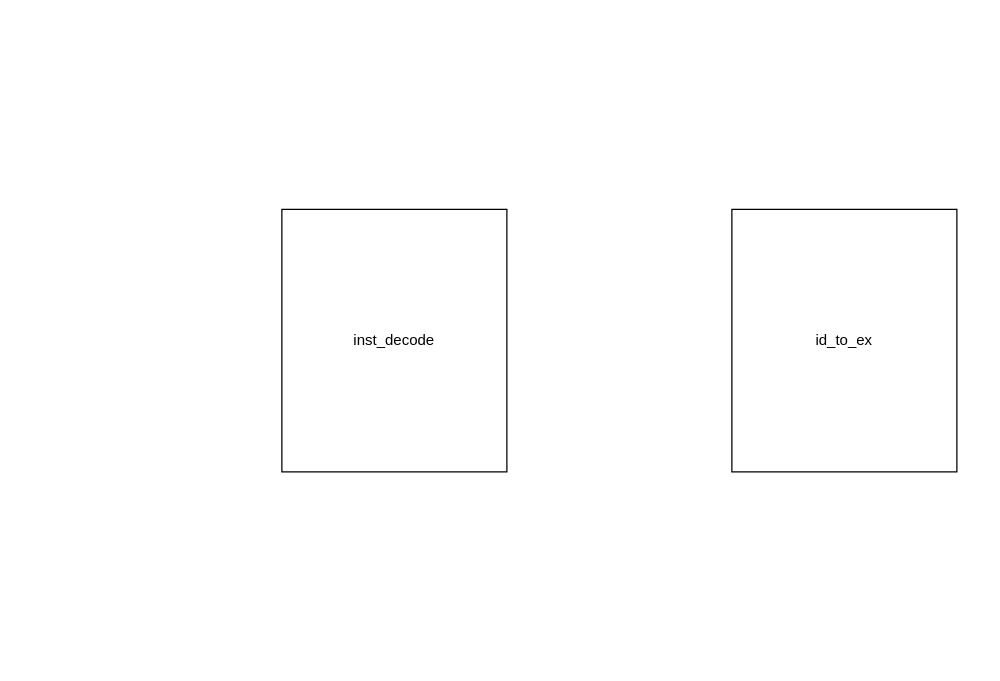
This is pic/id_unit.drawio from wuyannnnnnnn/RiscV, a draw.io file, before an edit. Source tidied: cells renumbered, new cells numbered last; positions are measured from the earlier drawing's top-left corner, leaving out a move shared by most shapes. Both pictures are drawn from the tidied source at 125%, with x=0, y=0 at pixel (281, 209).
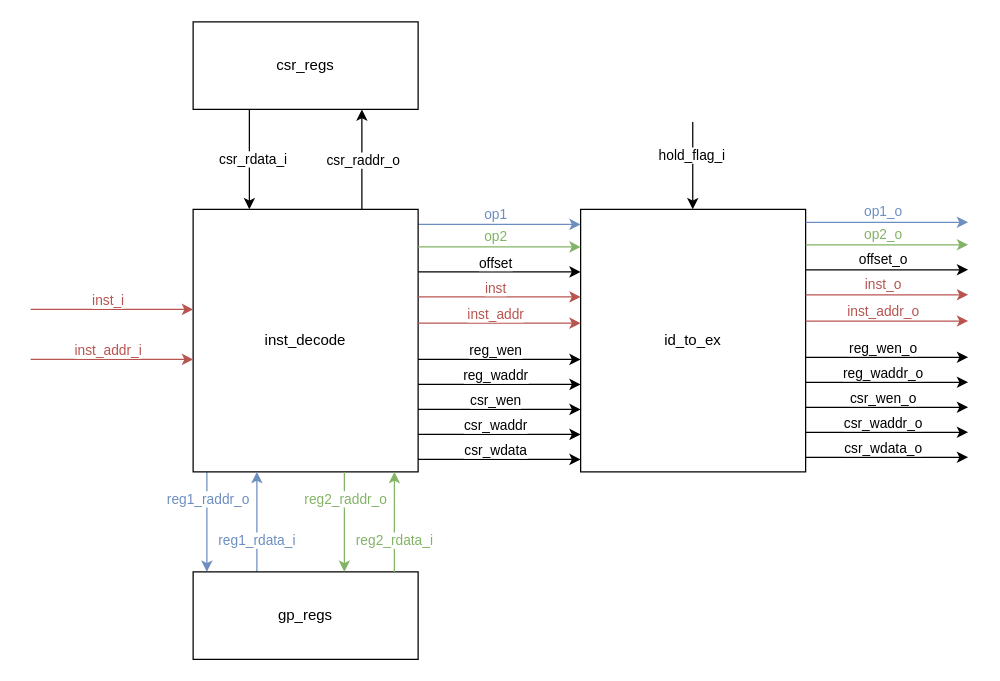
After the change.

Diff of the diagram source:
```diff
@@
+    <mxCell id="4" style="edgeStyle=orthogonalEdgeStyle;rounded=0;orthogonalLoop=1;jettySize=auto;html=1;exitX=0.25;exitY=1;exitDx=0;exitDy=0;entryX=0.25;entryY=0;entryDx=0;entryDy=0;fillColor=#dae8fc;strokeColor=#6c8ebf;fontColor=#6C8EBF;" parent="1" edge="1">
+      <mxGeometry relative="1" as="geometry">
+        <mxPoint x="-60" y="210" as="sourcePoint" />
+        <mxPoint x="-60" y="290" as="targetPoint" />
+      </mxGeometry>
+    </mxCell>
+    <mxCell id="5" value="&lt;font color=&quot;#6c8ebf&quot;&gt;reg1_raddr_o&lt;/font&gt;" style="edgeLabel;html=1;align=center;verticalAlign=middle;" parent="4" vertex="1">
+      <mxGeometry x="-0.06" y="1" relative="1" as="geometry">
+        <mxPoint x="-1" y="-17" as="offset" />
+      </mxGeometry>
+    </mxCell>
+    <mxCell id="6" style="edgeStyle=orthogonalEdgeStyle;rounded=0;jettySize=auto;html=1;exitX=0.75;exitY=0;exitDx=0;exitDy=0;entryX=0.75;entryY=1;entryDx=0;entryDy=0;" parent="1" edge="1" source="2" target="19">
+      <mxGeometry relative="1" as="geometry" />
+    </mxCell>
+    <mxCell id="7" value="csr_raddr_o" style="edgeLabel;html=1;align=center;verticalAlign=middle;" parent="6" vertex="1">
+      <mxGeometry x="-0.08" y="-1" relative="1" as="geometry">
+        <mxPoint x="-1" y="-3" as="offset" />
+      </mxGeometry>
+    </mxCell>
+    <mxCell id="8" style="edgeStyle=orthogonalEdgeStyle;rounded=0;orthogonalLoop=1;jettySize=auto;html=1;exitX=1;exitY=0.5;exitDx=0;exitDy=0;entryX=0;entryY=0.5;entryDx=0;entryDy=0;fillColor=#dae8fc;strokeColor=#6c8ebf;" parent="1" edge="1">
+      <mxGeometry relative="1" as="geometry">
+        <mxPoint x="109" y="12" as="sourcePoint" />
+        <mxPoint x="239" y="12" as="targetPoint" />
+      </mxGeometry>
+    </mxCell>
+    <mxCell id="9" value="&lt;font color=&quot;#6c8ebf&quot;&gt;op1&lt;/font&gt;" style="edgeLabel;html=1;align=center;verticalAlign=middle;" parent="8" vertex="1">
+      <mxGeometry x="0.23" y="2" relative="1" as="geometry">
+        <mxPoint x="-19" y="-7" as="offset" />
+      </mxGeometry>
+    </mxCell>
+    <mxCell id="10" style="edgeStyle=orthogonalEdgeStyle;rounded=0;orthogonalLoop=1;jettySize=auto;html=1;entryX=0;entryY=0.5;entryDx=0;entryDy=0;" parent="1" edge="1">
+      <mxGeometry relative="1" as="geometry">
+        <mxPoint x="109" y="50" as="sourcePoint" />
+        <mxPoint x="239" y="50" as="targetPoint" />
+      </mxGeometry>
+    </mxCell>
+    <mxCell id="11" value="offset" style="edgeLabel;html=1;align=center;verticalAlign=middle;" parent="10" vertex="1">
+      <mxGeometry x="-0.02" y="-2" relative="1" as="geometry">
+        <mxPoint x="-3" y="-10" as="offset" />
+      </mxGeometry>
+    </mxCell>
     <mxCell id="2" value="inst_decode" style="rounded=0;whiteSpace=wrap;html=1;" parent="1" vertex="1">
-      <mxGeometry width="180" height="210" as="geometry" />
+      <mxGeometry x="-71" width="180" height="210" as="geometry" />
     </mxCell>
+    <mxCell id="12" style="edgeStyle=orthogonalEdgeStyle;rounded=0;orthogonalLoop=1;jettySize=auto;html=1;" parent="1" edge="1">
+      <mxGeometry relative="1" as="geometry">
+        <mxPoint x="328.7" y="-70" as="sourcePoint" />
+        <mxPoint x="328.7" as="targetPoint" />
+      </mxGeometry>
+    </mxCell>
+    <mxCell id="13" value="hold_flag_i" style="edgeLabel;html=1;align=center;verticalAlign=middle;" parent="12" vertex="1">
+      <mxGeometry x="-0.25" y="-1" relative="1" as="geometry" />
+    </mxCell>
     <mxCell id="3" value="id_to_ex" style="rounded=0;whiteSpace=wrap;html=1;" parent="1" vertex="1">
-      <mxGeometry x="360" width="180" height="210" as="geometry" />
+      <mxGeometry x="239" width="180" height="210" as="geometry" />
     </mxCell>
+    <mxCell id="14" style="edgeStyle=orthogonalEdgeStyle;rounded=0;orthogonalLoop=1;jettySize=auto;html=1;exitX=0.25;exitY=0;exitDx=0;exitDy=0;entryX=0.25;entryY=1;entryDx=0;entryDy=0;fillColor=#dae8fc;strokeColor=#6c8ebf;" parent="1" edge="1">
+      <mxGeometry relative="1" as="geometry">
+        <mxPoint x="-20" y="290" as="sourcePoint" />
+        <mxPoint x="-20" y="210" as="targetPoint" />
+      </mxGeometry>
+    </mxCell>
+    <mxCell id="15" value="&lt;font color=&quot;#6c8ebf&quot;&gt;reg1_rdata_i&lt;/font&gt;" style="edgeLabel;html=1;align=center;verticalAlign=middle;" parent="14" vertex="1">
+      <mxGeometry x="-0.07" y="1" relative="1" as="geometry">
+        <mxPoint y="11" as="offset" />
+      </mxGeometry>
+    </mxCell>
+    <mxCell id="16" value="gp_regs" style="rounded=0;whiteSpace=wrap;html=1;" parent="1" vertex="1">
+      <mxGeometry x="-71" y="290" width="180" height="70" as="geometry" />
+    </mxCell>
+    <mxCell id="17" style="edgeStyle=orthogonalEdgeStyle;rounded=0;jettySize=auto;html=1;exitX=0.25;exitY=1;exitDx=0;exitDy=0;entryX=0.25;entryY=0;entryDx=0;entryDy=0;" parent="1" edge="1" source="19" target="2">
+      <mxGeometry relative="1" as="geometry" />
+    </mxCell>
+    <mxCell id="18" value="csr_rdata_i" style="edgeLabel;html=1;align=center;verticalAlign=middle;" parent="17" vertex="1">
+      <mxGeometry x="-0.19" y="2" relative="1" as="geometry">
+        <mxPoint y="7" as="offset" />
+      </mxGeometry>
+    </mxCell>
+    <mxCell id="19" value="csr_regs" style="rounded=0;whiteSpace=wrap;html=1;" parent="1" vertex="1">
+      <mxGeometry x="-71" y="-150" width="180" height="70" as="geometry" />
+    </mxCell>
+    <mxCell id="20" style="edgeStyle=orthogonalEdgeStyle;rounded=0;orthogonalLoop=1;jettySize=auto;html=1;exitX=0.25;exitY=1;exitDx=0;exitDy=0;entryX=0.25;entryY=0;entryDx=0;entryDy=0;fillColor=#d5e8d4;strokeColor=#82b366;fontColor=#6C8EBF;" parent="1" edge="1">
+      <mxGeometry relative="1" as="geometry">
+        <mxPoint x="50" y="210" as="sourcePoint" />
+        <mxPoint x="50" y="290" as="targetPoint" />
+      </mxGeometry>
+    </mxCell>
+    <mxCell id="21" value="&lt;font color=&quot;#82b366&quot;&gt;reg2_raddr_o&lt;/font&gt;" style="edgeLabel;html=1;align=center;verticalAlign=middle;" parent="20" vertex="1">
+      <mxGeometry x="-0.06" y="1" relative="1" as="geometry">
+        <mxPoint x="-1" y="-17" as="offset" />
+      </mxGeometry>
+    </mxCell>
+    <mxCell id="22" style="edgeStyle=orthogonalEdgeStyle;rounded=0;orthogonalLoop=1;jettySize=auto;html=1;exitX=0.25;exitY=0;exitDx=0;exitDy=0;entryX=0.25;entryY=1;entryDx=0;entryDy=0;fillColor=#d5e8d4;strokeColor=#82b366;" parent="1" edge="1">
+      <mxGeometry relative="1" as="geometry">
+        <mxPoint x="90" y="290" as="sourcePoint" />
+        <mxPoint x="90" y="210" as="targetPoint" />
+      </mxGeometry>
+    </mxCell>
+    <mxCell id="23" value="&lt;font color=&quot;#82b366&quot;&gt;reg2_rdata_i&lt;/font&gt;" style="edgeLabel;html=1;align=center;verticalAlign=middle;" parent="22" vertex="1">
+      <mxGeometry x="-0.07" y="1" relative="1" as="geometry">
+        <mxPoint y="11" as="offset" />
+      </mxGeometry>
+    </mxCell>
+    <mxCell id="24" style="edgeStyle=orthogonalEdgeStyle;rounded=0;orthogonalLoop=1;jettySize=auto;html=1;exitX=1;exitY=0.5;exitDx=0;exitDy=0;entryX=0;entryY=0.5;entryDx=0;entryDy=0;fillColor=#d5e8d4;strokeColor=#82b366;" parent="1" edge="1">
+      <mxGeometry relative="1" as="geometry">
+        <mxPoint x="109" y="30" as="sourcePoint" />
+        <mxPoint x="239" y="30" as="targetPoint" />
+      </mxGeometry>
+    </mxCell>
+    <mxCell id="25" value="&lt;font color=&quot;#82b366&quot;&gt;op2&lt;/font&gt;" style="edgeLabel;html=1;align=center;verticalAlign=middle;" parent="24" vertex="1">
+      <mxGeometry x="0.23" y="2" relative="1" as="geometry">
+        <mxPoint x="-19" y="-7" as="offset" />
+      </mxGeometry>
+    </mxCell>
+    <mxCell id="26" style="edgeStyle=orthogonalEdgeStyle;rounded=0;orthogonalLoop=1;jettySize=auto;html=1;entryX=0;entryY=0.5;entryDx=0;entryDy=0;fillColor=#f8cecc;strokeColor=#B85450;" parent="1" edge="1">
+      <mxGeometry relative="1" as="geometry">
+        <mxPoint x="109" y="70" as="sourcePoint" />
+        <mxPoint x="239" y="70" as="targetPoint" />
+      </mxGeometry>
+    </mxCell>
+    <mxCell id="27" value="inst" style="edgeLabel;html=1;align=center;verticalAlign=middle;fontColor=#B85450;" parent="26" vertex="1">
+      <mxGeometry x="-0.02" y="-2" relative="1" as="geometry">
+        <mxPoint x="-3" y="-10" as="offset" />
+      </mxGeometry>
+    </mxCell>
+    <mxCell id="28" style="edgeStyle=orthogonalEdgeStyle;rounded=0;orthogonalLoop=1;jettySize=auto;html=1;entryX=0;entryY=0.5;entryDx=0;entryDy=0;fillColor=#f8cecc;strokeColor=#b85450;" parent="1" edge="1">
+      <mxGeometry relative="1" as="geometry">
+        <mxPoint x="109" y="91" as="sourcePoint" />
+        <mxPoint x="239" y="91" as="targetPoint" />
+      </mxGeometry>
+    </mxCell>
+    <mxCell id="29" value="inst_addr" style="edgeLabel;html=1;align=center;verticalAlign=middle;fontColor=#B85450;" parent="28" vertex="1">
+      <mxGeometry x="-0.02" y="-2" relative="1" as="geometry">
+        <mxPoint x="-3" y="-10" as="offset" />
+      </mxGeometry>
+    </mxCell>
+    <mxCell id="30" style="edgeStyle=orthogonalEdgeStyle;rounded=0;orthogonalLoop=1;jettySize=auto;html=1;entryX=0;entryY=0.5;entryDx=0;entryDy=0;" parent="1" edge="1">
+      <mxGeometry relative="1" as="geometry">
+        <mxPoint x="109" y="120" as="sourcePoint" />
+        <mxPoint x="239" y="120" as="targetPoint" />
+      </mxGeometry>
+    </mxCell>
+    <mxCell id="31" value="reg_wen" style="edgeLabel;html=1;align=center;verticalAlign=middle;" parent="30" vertex="1">
+      <mxGeometry x="-0.02" y="-2" relative="1" as="geometry">
+        <mxPoint x="-3" y="-10" as="offset" />
+      </mxGeometry>
+    </mxCell>
+    <mxCell id="32" style="edgeStyle=orthogonalEdgeStyle;rounded=0;orthogonalLoop=1;jettySize=auto;html=1;entryX=0;entryY=0.5;entryDx=0;entryDy=0;" parent="1" edge="1">
+      <mxGeometry relative="1" as="geometry">
+        <mxPoint x="109" y="140" as="sourcePoint" />
+        <mxPoint x="239" y="140" as="targetPoint" />
+      </mxGeometry>
+    </mxCell>
+    <mxCell id="33" value="reg_waddr" style="edgeLabel;html=1;align=center;verticalAlign=middle;" parent="32" vertex="1">
+      <mxGeometry x="-0.02" y="-2" relative="1" as="geometry">
+        <mxPoint x="-3" y="-10" as="offset" />
+      </mxGeometry>
+    </mxCell>
+    <mxCell id="34" style="edgeStyle=orthogonalEdgeStyle;rounded=0;orthogonalLoop=1;jettySize=auto;html=1;entryX=0;entryY=0.5;entryDx=0;entryDy=0;" parent="1" edge="1">
+      <mxGeometry relative="1" as="geometry">
+        <mxPoint x="109" y="160" as="sourcePoint" />
+        <mxPoint x="239" y="160" as="targetPoint" />
+      </mxGeometry>
+    </mxCell>
+    <mxCell id="35" value="csr_wen" style="edgeLabel;html=1;align=center;verticalAlign=middle;" parent="34" vertex="1">
+      <mxGeometry x="-0.02" y="-2" relative="1" as="geometry">
+        <mxPoint x="-3" y="-10" as="offset" />
+      </mxGeometry>
+    </mxCell>
+    <mxCell id="36" style="edgeStyle=orthogonalEdgeStyle;rounded=0;orthogonalLoop=1;jettySize=auto;html=1;entryX=0;entryY=0.5;entryDx=0;entryDy=0;" parent="1" edge="1">
+      <mxGeometry relative="1" as="geometry">
+        <mxPoint x="109" y="180" as="sourcePoint" />
+        <mxPoint x="239" y="180" as="targetPoint" />
+      </mxGeometry>
+    </mxCell>
+    <mxCell id="37" value="csr_waddr" style="edgeLabel;html=1;align=center;verticalAlign=middle;" parent="36" vertex="1">
+      <mxGeometry x="-0.02" y="-2" relative="1" as="geometry">
+        <mxPoint x="-3" y="-10" as="offset" />
+      </mxGeometry>
+    </mxCell>
+    <mxCell id="38" style="edgeStyle=orthogonalEdgeStyle;rounded=0;orthogonalLoop=1;jettySize=auto;html=1;entryX=0;entryY=0.5;entryDx=0;entryDy=0;fillColor=#f8cecc;strokeColor=#B85450;" parent="1" edge="1">
+      <mxGeometry relative="1" as="geometry">
+        <mxPoint x="-201" y="80" as="sourcePoint" />
+        <mxPoint x="-71" y="80" as="targetPoint" />
+      </mxGeometry>
+    </mxCell>
+    <mxCell id="39" value="inst_i" style="edgeLabel;html=1;align=center;verticalAlign=middle;fontColor=#B85450;" parent="38" vertex="1">
+      <mxGeometry x="-0.02" y="-2" relative="1" as="geometry">
+        <mxPoint x="-3" y="-10" as="offset" />
+      </mxGeometry>
+    </mxCell>
+    <mxCell id="40" style="edgeStyle=orthogonalEdgeStyle;rounded=0;orthogonalLoop=1;jettySize=auto;html=1;entryX=0;entryY=0.5;entryDx=0;entryDy=0;fillColor=#f8cecc;strokeColor=#b85450;" parent="1" edge="1">
+      <mxGeometry relative="1" as="geometry">
+        <mxPoint x="-201" y="120" as="sourcePoint" />
+        <mxPoint x="-71" y="120" as="targetPoint" />
+      </mxGeometry>
+    </mxCell>
+    <mxCell id="41" value="inst_addr_i" style="edgeLabel;html=1;align=center;verticalAlign=middle;fontColor=#B85450;" parent="40" vertex="1">
+      <mxGeometry x="-0.02" y="-2" relative="1" as="geometry">
+        <mxPoint x="-3" y="-10" as="offset" />
+      </mxGeometry>
+    </mxCell>
+    <mxCell id="42" style="edgeStyle=orthogonalEdgeStyle;rounded=0;orthogonalLoop=1;jettySize=auto;html=1;entryX=0;entryY=0.5;entryDx=0;entryDy=0;" parent="1" edge="1">
+      <mxGeometry relative="1" as="geometry">
+        <mxPoint x="109" y="200" as="sourcePoint" />
+        <mxPoint x="239" y="200" as="targetPoint" />
+      </mxGeometry>
+    </mxCell>
+    <mxCell id="43" value="csr_wdata" style="edgeLabel;html=1;align=center;verticalAlign=middle;" parent="42" vertex="1">
+      <mxGeometry x="-0.02" y="-2" relative="1" as="geometry">
+        <mxPoint x="-3" y="-10" as="offset" />
+      </mxGeometry>
+    </mxCell>
+    <mxCell id="44" style="edgeStyle=orthogonalEdgeStyle;rounded=0;orthogonalLoop=1;jettySize=auto;html=1;exitX=1;exitY=0.5;exitDx=0;exitDy=0;entryX=0;entryY=0.5;entryDx=0;entryDy=0;fillColor=#dae8fc;strokeColor=#6c8ebf;" parent="1" edge="1">
+      <mxGeometry relative="1" as="geometry">
+        <mxPoint x="419" y="10.3" as="sourcePoint" />
+        <mxPoint x="549" y="10.3" as="targetPoint" />
+      </mxGeometry>
+    </mxCell>
+    <mxCell id="45" value="&lt;font color=&quot;#6c8ebf&quot;&gt;op1_o&lt;/font&gt;" style="edgeLabel;html=1;align=center;verticalAlign=middle;" parent="44" vertex="1">
+      <mxGeometry x="0.23" y="2" relative="1" as="geometry">
+        <mxPoint x="-19" y="-7" as="offset" />
+      </mxGeometry>
+    </mxCell>
+    <mxCell id="46" style="edgeStyle=orthogonalEdgeStyle;rounded=0;orthogonalLoop=1;jettySize=auto;html=1;entryX=0;entryY=0.5;entryDx=0;entryDy=0;" parent="1" edge="1">
+      <mxGeometry relative="1" as="geometry">
+        <mxPoint x="419" y="48.3" as="sourcePoint" />
+        <mxPoint x="549" y="48.3" as="targetPoint" />
+      </mxGeometry>
+    </mxCell>
+    <mxCell id="47" value="offset_o" style="edgeLabel;html=1;align=center;verticalAlign=middle;" parent="46" vertex="1">
+      <mxGeometry x="-0.02" y="-2" relative="1" as="geometry">
+        <mxPoint x="-3" y="-11" as="offset" />
+      </mxGeometry>
+    </mxCell>
+    <mxCell id="48" style="edgeStyle=orthogonalEdgeStyle;rounded=0;orthogonalLoop=1;jettySize=auto;html=1;exitX=1;exitY=0.5;exitDx=0;exitDy=0;entryX=0;entryY=0.5;entryDx=0;entryDy=0;fillColor=#d5e8d4;strokeColor=#82b366;" parent="1" edge="1">
+      <mxGeometry relative="1" as="geometry">
+        <mxPoint x="419" y="28.3" as="sourcePoint" />
+        <mxPoint x="549" y="28.3" as="targetPoint" />
+      </mxGeometry>
+    </mxCell>
+    <mxCell id="49" value="&lt;font color=&quot;#82b366&quot;&gt;op2_o&lt;/font&gt;" style="edgeLabel;html=1;align=center;verticalAlign=middle;" parent="48" vertex="1">
+      <mxGeometry x="0.23" y="2" relative="1" as="geometry">
+        <mxPoint x="-19" y="-7" as="offset" />
+      </mxGeometry>
+    </mxCell>
+    <mxCell id="50" style="edgeStyle=orthogonalEdgeStyle;rounded=0;orthogonalLoop=1;jettySize=auto;html=1;entryX=0;entryY=0.5;entryDx=0;entryDy=0;fillColor=#f8cecc;strokeColor=#B85450;" parent="1" edge="1">
+      <mxGeometry relative="1" as="geometry">
+        <mxPoint x="419" y="68.3" as="sourcePoint" />
+        <mxPoint x="549" y="68.3" as="targetPoint" />
+      </mxGeometry>
+    </mxCell>
+    <mxCell id="51" value="inst_o" style="edgeLabel;html=1;align=center;verticalAlign=middle;fontColor=#B85450;" parent="50" vertex="1">
+      <mxGeometry x="-0.02" y="-2" relative="1" as="geometry">
+        <mxPoint x="-3" y="-11" as="offset" />
+      </mxGeometry>
+    </mxCell>
+    <mxCell id="52" style="edgeStyle=orthogonalEdgeStyle;rounded=0;orthogonalLoop=1;jettySize=auto;html=1;entryX=0;entryY=0.5;entryDx=0;entryDy=0;fillColor=#f8cecc;strokeColor=#b85450;" parent="1" edge="1">
+      <mxGeometry relative="1" as="geometry">
+        <mxPoint x="419" y="89.3" as="sourcePoint" />
+        <mxPoint x="549" y="89.3" as="targetPoint" />
+      </mxGeometry>
+    </mxCell>
+    <mxCell id="53" value="inst_addr_o" style="edgeLabel;html=1;align=center;verticalAlign=middle;fontColor=#B85450;" parent="52" vertex="1">
+      <mxGeometry x="-0.02" y="-2" relative="1" as="geometry">
+        <mxPoint x="-3" y="-10" as="offset" />
+      </mxGeometry>
+    </mxCell>
+    <mxCell id="54" style="edgeStyle=orthogonalEdgeStyle;rounded=0;orthogonalLoop=1;jettySize=auto;html=1;entryX=0;entryY=0.5;entryDx=0;entryDy=0;" parent="1" edge="1">
+      <mxGeometry relative="1" as="geometry">
+        <mxPoint x="419" y="118.3" as="sourcePoint" />
+        <mxPoint x="549" y="118.3" as="targetPoint" />
+      </mxGeometry>
+    </mxCell>
+    <mxCell id="55" value="reg_wen_o" style="edgeLabel;html=1;align=center;verticalAlign=middle;" parent="54" vertex="1">
+      <mxGeometry x="-0.02" y="-2" relative="1" as="geometry">
+        <mxPoint x="-3" y="-10" as="offset" />
+      </mxGeometry>
+    </mxCell>
+    <mxCell id="56" style="edgeStyle=orthogonalEdgeStyle;rounded=0;orthogonalLoop=1;jettySize=auto;html=1;entryX=0;entryY=0.5;entryDx=0;entryDy=0;" parent="1" edge="1">
+      <mxGeometry relative="1" as="geometry">
+        <mxPoint x="419" y="138.3" as="sourcePoint" />
+        <mxPoint x="549" y="138.3" as="targetPoint" />
+      </mxGeometry>
+    </mxCell>
+    <mxCell id="57" value="reg_waddr_o" style="edgeLabel;html=1;align=center;verticalAlign=middle;" parent="56" vertex="1">
+      <mxGeometry x="-0.02" y="-2" relative="1" as="geometry">
+        <mxPoint x="-3" y="-10" as="offset" />
+      </mxGeometry>
+    </mxCell>
+    <mxCell id="58" style="edgeStyle=orthogonalEdgeStyle;rounded=0;orthogonalLoop=1;jettySize=auto;html=1;entryX=0;entryY=0.5;entryDx=0;entryDy=0;" parent="1" edge="1">
+      <mxGeometry relative="1" as="geometry">
+        <mxPoint x="419" y="158.3" as="sourcePoint" />
+        <mxPoint x="549" y="158.3" as="targetPoint" />
+      </mxGeometry>
+    </mxCell>
+    <mxCell id="59" value="csr_wen_o" style="edgeLabel;html=1;align=center;verticalAlign=middle;" parent="58" vertex="1">
+      <mxGeometry x="-0.02" y="-2" relative="1" as="geometry">
+        <mxPoint x="-3" y="-10" as="offset" />
+      </mxGeometry>
+    </mxCell>
+    <mxCell id="60" style="edgeStyle=orthogonalEdgeStyle;rounded=0;orthogonalLoop=1;jettySize=auto;html=1;entryX=0;entryY=0.5;entryDx=0;entryDy=0;" parent="1" edge="1">
+      <mxGeometry relative="1" as="geometry">
+        <mxPoint x="419" y="178.3" as="sourcePoint" />
+        <mxPoint x="549" y="178.3" as="targetPoint" />
+      </mxGeometry>
+    </mxCell>
+    <mxCell id="61" value="csr_waddr_o" style="edgeLabel;html=1;align=center;verticalAlign=middle;" parent="60" vertex="1">
+      <mxGeometry x="-0.02" y="-2" relative="1" as="geometry">
+        <mxPoint x="-3" y="-10" as="offset" />
+      </mxGeometry>
+    </mxCell>
+    <mxCell id="62" style="edgeStyle=orthogonalEdgeStyle;rounded=0;orthogonalLoop=1;jettySize=auto;html=1;entryX=0;entryY=0.5;entryDx=0;entryDy=0;" parent="1" edge="1">
+      <mxGeometry relative="1" as="geometry">
+        <mxPoint x="419" y="198.3" as="sourcePoint" />
+        <mxPoint x="549" y="198.3" as="targetPoint" />
+      </mxGeometry>
+    </mxCell>
+    <mxCell id="63" value="csr_wdata_o" style="edgeLabel;html=1;align=center;verticalAlign=middle;" parent="62" vertex="1">
+      <mxGeometry x="-0.02" y="-2" relative="1" as="geometry">
+        <mxPoint x="-3" y="-10" as="offset" />
+      </mxGeometry>
+    </mxCell>
```
